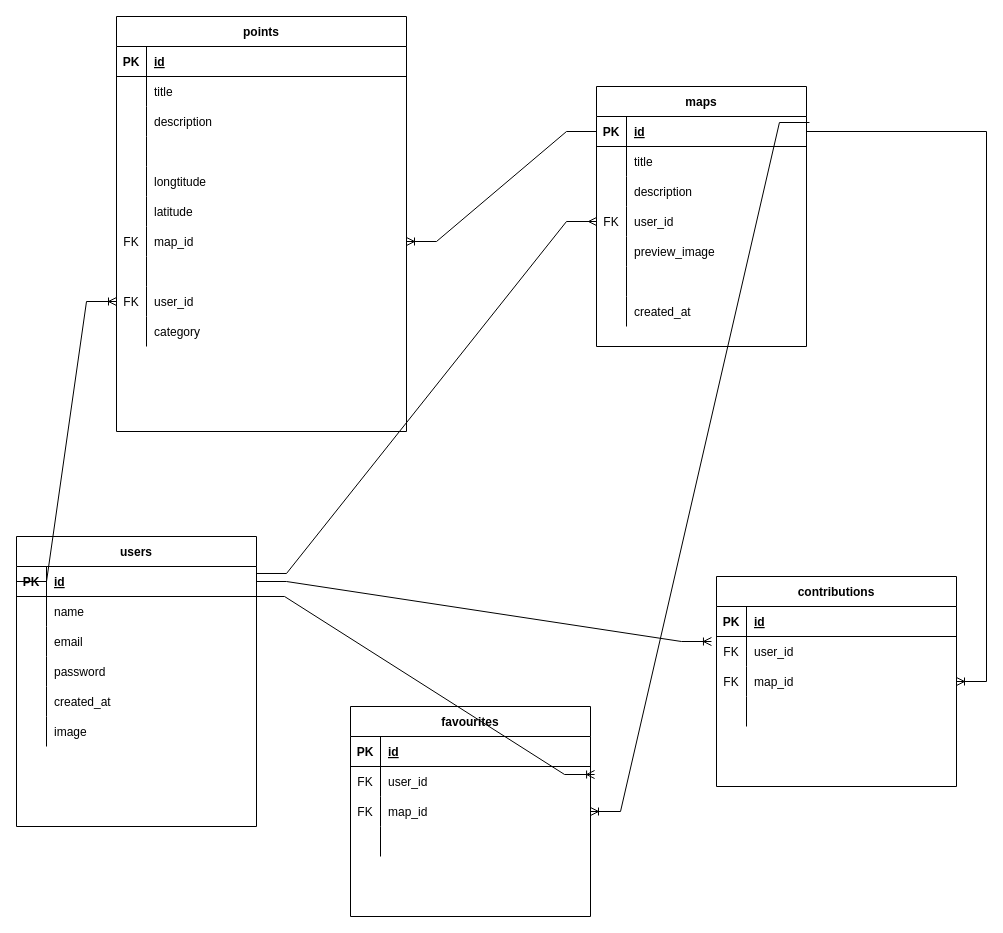
KewlKewlKewl/bestwikimaps keeps this draw.io diagram as docs/ERD wikimaps.drawio. Above is the earlier version. Source tidied: cells renumbered, new cells numbered last; positions are measured from the earlier drawing's top-left corner, leaving out a move shared by most shapes. Both pictures are drawn from the tidied source at 100%, with x=0, y=0 at pixel (16, 16).
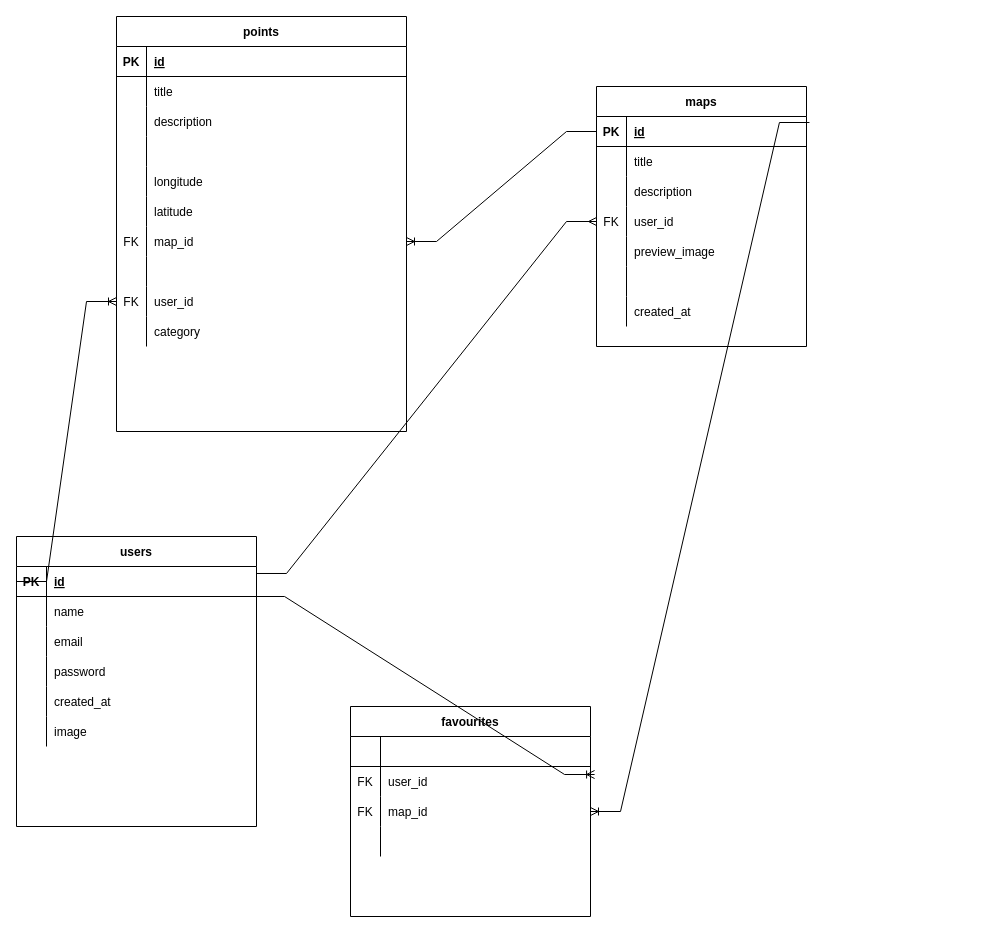
The same page after the edit.

Unchanged cells that the change refers to:
```xml
<mxCell id="3" style="shape=partialRectangle;fillColor=none;top=0;left=0;bottom=1;right=0;points=[[0,0.5],[1,0.5]];portConstraint=eastwest;" parent="2" vertex="1">
  <mxGeometry y="30" width="240" height="30" as="geometry" />
</mxCell>
<mxCell id="22" style="shape=partialRectangle;fillColor=none;top=0;left=0;bottom=1;right=0;points=[[0,0.5],[1,0.5]];portConstraint=eastwest;" parent="21" vertex="1">
  <mxGeometry y="30" width="210" height="30" as="geometry" />
</mxCell>
<mxCell id="44" style="shape=partialRectangle;fillColor=none;top=0;left=0;bottom=1;right=0;" parent="43" vertex="1">
  <mxGeometry y="30" width="240" height="30" as="geometry" />
</mxCell>
<mxCell id="69" style="shape=partialRectangle;fillColor=none;top=0;left=0;bottom=0;right=0;" parent="56" vertex="1">
  <mxGeometry y="150" width="290" height="30" as="geometry" />
</mxCell>
```

What changed in the source:
```diff
@@
-    <mxCell id="45" value="PK" style="shape=partialRectangle;fillColor=none;top=0;left=0;bottom=0;right=0;fontStyle=1;overflow=hidden;" parent="44" vertex="1">
+    <mxCell id="45" style="shape=partialRectangle;fillColor=none;top=0;left=0;bottom=0;right=0;fontStyle=1;overflow=hidden;" parent="44" vertex="1">
       <mxGeometry width="30" height="30" as="geometry" />
     </mxCell>
-    <mxCell id="46" value="id" style="shape=partialRectangle;fillColor=none;top=0;left=0;bottom=0;right=0;align=left;spacingLeft=6;fontStyle=5;overflow=hidden;" parent="44" vertex="1">
+    <mxCell id="46" style="shape=partialRectangle;fillColor=none;top=0;left=0;bottom=0;right=0;align=left;spacingLeft=6;fontStyle=5;overflow=hidden;" parent="44" vertex="1">
       <mxGeometry x="30" width="210" height="30" as="geometry" />
     </mxCell>
@@
-    <mxCell id="71" value="longtitude" style="shape=partialRectangle;fillColor=none;top=0;left=0;bottom=0;right=0;align=left;spacingLeft=6;overflow=hidden;" parent="69" vertex="1">
+    <mxCell id="71" value="longitude" style="shape=partialRectangle;fillColor=none;top=0;left=0;bottom=0;right=0;align=left;spacingLeft=6;overflow=hidden;" parent="69" vertex="1">
       <mxGeometry x="30" width="260" height="30" as="geometry" />
     </mxCell>
@@
-    <mxCell id="87" value="contributions" style="shape=table;startSize=30;childLayout=tableLayout;rowLines=0;fontStyle=1;align=center;" parent="1" vertex="1">
-      <mxGeometry x="700" y="560" width="240" height="210" as="geometry" />
-    </mxCell>
-    <mxCell id="88" style="shape=partialRectangle;fillColor=none;top=0;left=0;bottom=1;right=0;" parent="87" vertex="1">
-      <mxGeometry y="30" width="240" height="30" as="geometry" />
-    </mxCell>
-    <mxCell id="89" value="PK" style="shape=partialRectangle;fillColor=none;top=0;left=0;bottom=0;right=0;fontStyle=1;overflow=hidden;" parent="88" vertex="1">
-      <mxGeometry width="30" height="30" as="geometry" />
-    </mxCell>
-    <mxCell id="90" value="id" style="shape=partialRectangle;fillColor=none;top=0;left=0;bottom=0;right=0;align=left;spacingLeft=6;fontStyle=5;overflow=hidden;" parent="88" vertex="1">
-      <mxGeometry x="30" width="210" height="30" as="geometry" />
-    </mxCell>
-    <mxCell id="91" style="shape=partialRectangle;fillColor=none;top=0;left=0;bottom=0;right=0;points=[[0,0.5],[1,0.5]];portConstraint=eastwest;" parent="87" vertex="1">
-      <mxGeometry y="60" width="240" height="30" as="geometry" />
-    </mxCell>
-    <mxCell id="92" value="FK" style="shape=partialRectangle;fillColor=none;top=0;left=0;bottom=0;right=0;overflow=hidden;" parent="91" vertex="1">
-      <mxGeometry width="30" height="30" as="geometry" />
-    </mxCell>
-    <mxCell id="93" value="user_id" style="shape=partialRectangle;fillColor=none;top=0;left=0;bottom=0;right=0;align=left;spacingLeft=6;overflow=hidden;" parent="91" vertex="1">
-      <mxGeometry x="30" width="210" height="30" as="geometry" />
-    </mxCell>
-    <mxCell id="94" style="shape=partialRectangle;fillColor=none;top=0;left=0;bottom=0;right=0;points=[[0,0.5],[1,0.5]];portConstraint=eastwest;" parent="87" vertex="1">
-      <mxGeometry y="90" width="240" height="30" as="geometry" />
-    </mxCell>
-    <mxCell id="95" value="FK" style="shape=partialRectangle;fillColor=none;top=0;left=0;bottom=0;right=0;overflow=hidden;" parent="94" vertex="1">
-      <mxGeometry width="30" height="30" as="geometry" />
-    </mxCell>
-    <mxCell id="96" value="map_id" style="shape=partialRectangle;fillColor=none;top=0;left=0;bottom=0;right=0;align=left;spacingLeft=6;overflow=hidden;" parent="94" vertex="1">
-      <mxGeometry x="30" width="210" height="30" as="geometry" />
-    </mxCell>
-    <mxCell id="97" style="shape=partialRectangle;fillColor=none;top=0;left=0;bottom=0;right=0;" parent="87" vertex="1">
-      <mxGeometry y="120" width="240" height="30" as="geometry" />
-    </mxCell>
-    <mxCell id="98" style="shape=partialRectangle;fillColor=none;top=0;left=0;bottom=0;right=0;overflow=hidden;" parent="97" vertex="1">
-      <mxGeometry width="30" height="30" as="geometry" />
-    </mxCell>
-    <mxCell id="99" style="shape=partialRectangle;fillColor=none;top=0;left=0;bottom=0;right=0;align=left;spacingLeft=6;overflow=hidden;" parent="97" vertex="1">
-      <mxGeometry x="30" width="210" height="30" as="geometry" />
-    </mxCell>
@@
-    <mxCell id="102" style="edgeStyle=entityRelationEdgeStyle;fontSize=12;html=1;endArrow=ERoneToMany;rounded=0;" parent="1" edge="1" source="22" target="94">
-      <mxGeometry relative="1" as="geometry" />
-    </mxCell>
@@
-    <mxCell id="105" style="edgeStyle=entityRelationEdgeStyle;fontSize=12;html=1;endArrow=ERoneToMany;rounded=0;entryX=-0.021;entryY=0.167;entryDx=0;entryDy=0;entryPerimeter=0;exitX=1;exitY=0.5;exitDx=0;exitDy=0;" parent="1" edge="1" source="3" target="91">
-      <mxGeometry relative="1" as="geometry" />
-    </mxCell>
```
